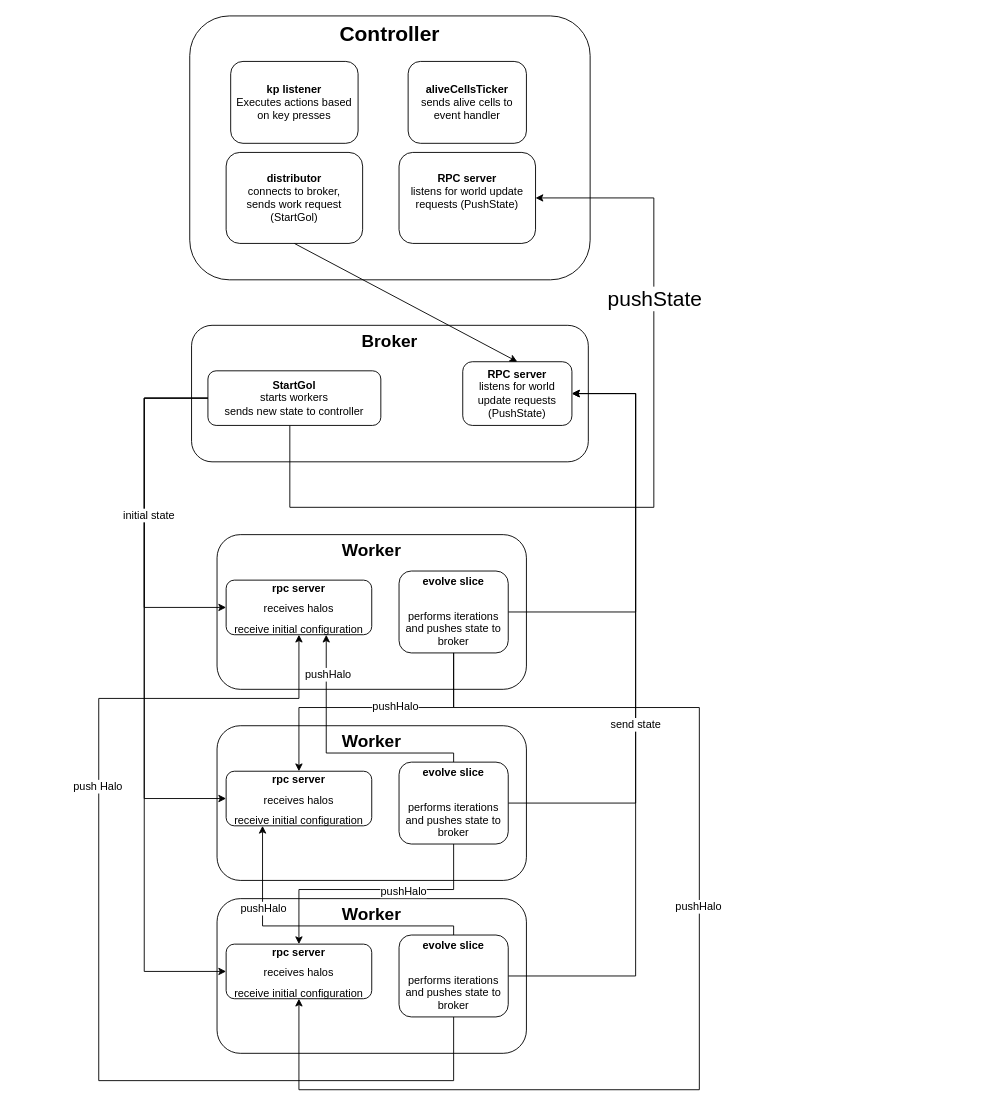
The draw.io diagram flowcharts/uml/distributed-uml.drawio in ferdinandhubbard981/GameOfLife-Distributed, before the edit. Source tidied: cells renumbered, new cells numbered last; positions are measured from the earlier drawing's top-left corner, leaving out a move shared by most shapes. Both pictures are drawn from the tidied source at 91%, with x=0, y=0 at pixel (98, 15).
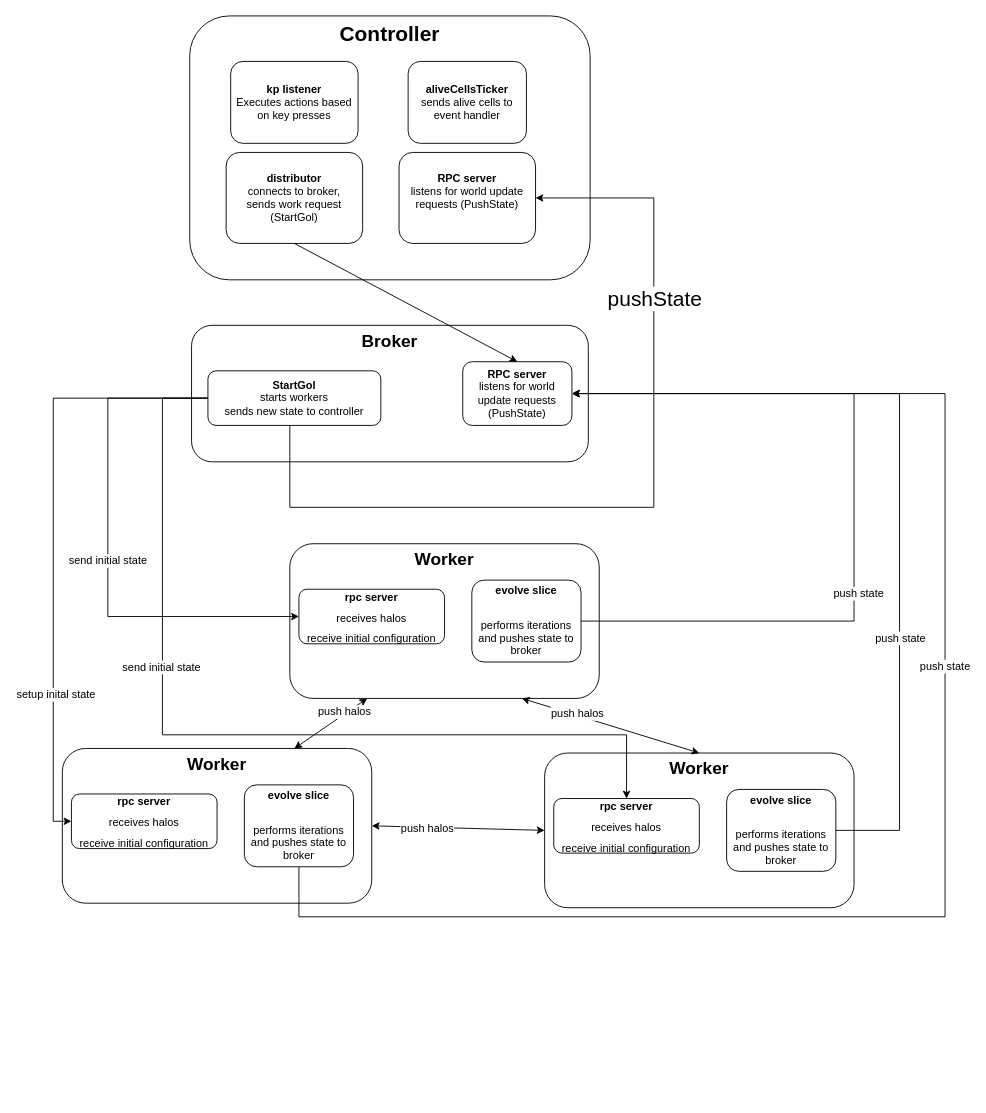
Above is the later version.

Unchanged cells that the change refers to:
```xml
<mxCell id="8" value="&lt;div&gt;&lt;b&gt;RPC server&lt;br&gt;&lt;/b&gt;&lt;/div&gt;&lt;div&gt;listens for world update requests (PushState)&lt;/div&gt;" style="rounded=1;whiteSpace=wrap;html=1;" parent="1" vertex="1">
  <mxGeometry x="400" y="380" width="120" height="70" as="geometry" />
</mxCell>
<mxCell id="11" value="&lt;div&gt;&lt;b&gt;StartGol&lt;br&gt;&lt;/b&gt;&lt;/div&gt;&lt;div&gt;starts workers&lt;/div&gt;&lt;div&gt;sends new state to controller&lt;br&gt;&lt;/div&gt;" style="rounded=1;whiteSpace=wrap;html=1;" parent="1" vertex="1">
  <mxGeometry x="120" y="390" width="190" height="60" as="geometry" />
</mxCell>
```

What changed in the source:
```diff
@@
     <mxCell id="13" value="Worker" style="rounded=1;whiteSpace=wrap;html=1;fontSize=19;verticalAlign=top;fontStyle=1;" parent="1" vertex="1">
-      <mxGeometry x="130" y="570" width="340" height="170" as="geometry" />
+      <mxGeometry x="210" y="580" width="340" height="170" as="geometry" />
     </mxCell>
     <mxCell id="14" value="&lt;div&gt;&lt;font style=&quot;font-size: 12px;&quot;&gt;&lt;b&gt;rpc server&lt;/b&gt;&lt;/font&gt;&lt;/div&gt;&lt;div&gt;&lt;font style=&quot;font-size: 12px;&quot;&gt;receives halos&lt;/font&gt;&lt;/div&gt;&lt;div&gt;&lt;font style=&quot;font-size: 12px;&quot;&gt;receive initial configuration&lt;br&gt;&lt;/font&gt;&lt;/div&gt;" style="rounded=1;whiteSpace=wrap;html=1;fontSize=19;" parent="1" vertex="1">
-      <mxGeometry x="140" y="620" width="160" height="60" as="geometry" />
+      <mxGeometry x="220" y="630" width="160" height="60" as="geometry" />
     </mxCell>
     <mxCell id="15" style="edgeStyle=orthogonalEdgeStyle;rounded=0;jettySize=auto;html=1;entryX=1;entryY=0.5;entryDx=0;entryDy=0;fontSize=12;" parent="1" edge="1" source="16" target="8">
       <mxGeometry relative="1" as="geometry">
         <Array as="points">
-          <mxPoint x="590" y="655" />
-          <mxPoint x="590" y="415" />
+          <mxPoint x="830" y="665" />
+          <mxPoint x="830" y="415" />
         </Array>
       </mxGeometry>
     </mxCell>
+    <mxCell id="42" value="push state" style="edgeLabel;html=1;align=center;verticalAlign=middle;fontSize=12;" parent="15" vertex="1">
+      <mxGeometry x="-0.23" y="-4" relative="1" as="geometry" />
+    </mxCell>
     <mxCell id="16" value="&lt;div style=&quot;font-size: 12px;&quot;&gt;&lt;b&gt;evolve slice&lt;/b&gt;&lt;/div&gt;&lt;div&gt;&lt;br&gt;&lt;/div&gt;&lt;div style=&quot;font-size: 12px;&quot;&gt;performs iterations and pushes state to broker&lt;br&gt;&lt;/div&gt;" style="rounded=1;whiteSpace=wrap;html=1;fontSize=19;" parent="1" vertex="1">
-      <mxGeometry x="330" y="610" width="120" height="90" as="geometry" />
+      <mxGeometry x="410" y="620" width="120" height="90" as="geometry" />
     </mxCell>
     <mxCell id="17" value="Worker" style="rounded=1;whiteSpace=wrap;html=1;fontSize=19;verticalAlign=top;fontStyle=1;" parent="1" vertex="1">
-      <mxGeometry x="130" y="780" width="340" height="170" as="geometry" />
+      <mxGeometry x="490" y="810" width="340" height="170" as="geometry" />
     </mxCell>
     <mxCell id="18" value="&lt;div&gt;&lt;font style=&quot;font-size: 12px;&quot;&gt;&lt;b&gt;rpc server&lt;/b&gt;&lt;/font&gt;&lt;/div&gt;&lt;div&gt;&lt;font style=&quot;font-size: 12px;&quot;&gt;receives halos&lt;/font&gt;&lt;/div&gt;&lt;div&gt;&lt;font style=&quot;font-size: 12px;&quot;&gt;receive initial configuration&lt;br&gt;&lt;/font&gt;&lt;/div&gt;" style="rounded=1;whiteSpace=wrap;html=1;fontSize=19;" parent="1" vertex="1">
-      <mxGeometry x="140" y="830" width="160" height="60" as="geometry" />
+      <mxGeometry x="500" y="860" width="160" height="60" as="geometry" />
     </mxCell>
     <mxCell id="19" style="edgeStyle=orthogonalEdgeStyle;rounded=0;jettySize=auto;html=1;entryX=1;entryY=0.5;entryDx=0;entryDy=0;fontSize=12;" parent="1" edge="1" source="22" target="8">
       <mxGeometry relative="1" as="geometry">
         <Array as="points">
-          <mxPoint x="590" y="865" />
-          <mxPoint x="590" y="415" />
+          <mxPoint x="880" y="895" />
+          <mxPoint x="880" y="415" />
         </Array>
       </mxGeometry>
     </mxCell>
-    <mxCell id="20" style="edgeStyle=orthogonalEdgeStyle;rounded=0;jettySize=auto;html=1;fontSize=12;" parent="1" edge="1" source="22">
-      <mxGeometry relative="1" as="geometry">
-        <mxPoint x="250" y="680" as="targetPoint" />
-        <Array as="points">
-          <mxPoint x="390" y="810" />
-          <mxPoint x="250" y="810" />
-          <mxPoint x="250" y="680" />
-        </Array>
-      </mxGeometry>
-    </mxCell>
-    <mxCell id="21" value="pushHalo" style="edgeLabel;html=1;align=center;verticalAlign=middle;fontSize=12;" parent="20" vertex="1">
-      <mxGeometry x="0.69" y="-1" relative="1" as="geometry" />
-    </mxCell>
+    <mxCell id="43" value="push state" style="edgeLabel;html=1;align=center;verticalAlign=middle;fontSize=12;" parent="19" vertex="1">
+      <mxGeometry x="-0.38" relative="1" as="geometry" />
+    </mxCell>
     <mxCell id="22" value="&lt;div style=&quot;font-size: 12px;&quot;&gt;&lt;b&gt;evolve slice&lt;/b&gt;&lt;/div&gt;&lt;div&gt;&lt;br&gt;&lt;/div&gt;&lt;div style=&quot;font-size: 12px;&quot;&gt;performs iterations and pushes state to broker&lt;br&gt;&lt;/div&gt;" style="rounded=1;whiteSpace=wrap;html=1;fontSize=19;" parent="1" vertex="1">
-      <mxGeometry x="330" y="820" width="120" height="90" as="geometry" />
+      <mxGeometry x="690" y="850" width="120" height="90" as="geometry" />
     </mxCell>
     <mxCell id="23" value="Worker" style="rounded=1;whiteSpace=wrap;html=1;fontSize=19;verticalAlign=top;fontStyle=1;" parent="1" vertex="1">
-      <mxGeometry x="130" y="970" width="340" height="170" as="geometry" />
+      <mxGeometry x="-40" y="805" width="340" height="170" as="geometry" />
     </mxCell>
     <mxCell id="24" value="&lt;div&gt;&lt;font style=&quot;font-size: 12px;&quot;&gt;&lt;b&gt;rpc server&lt;/b&gt;&lt;/font&gt;&lt;/div&gt;&lt;div&gt;&lt;font style=&quot;font-size: 12px;&quot;&gt;receives halos&lt;/font&gt;&lt;/div&gt;&lt;div&gt;&lt;font style=&quot;font-size: 12px;&quot;&gt;receive initial configuration&lt;br&gt;&lt;/font&gt;&lt;/div&gt;" style="rounded=1;whiteSpace=wrap;html=1;fontSize=19;" parent="1" vertex="1">
-      <mxGeometry x="140" y="1020" width="160" height="60" as="geometry" />
+      <mxGeometry x="-30" y="855" width="160" height="60" as="geometry" />
     </mxCell>
     <mxCell id="25" style="edgeStyle=orthogonalEdgeStyle;rounded=0;jettySize=auto;html=1;entryX=1;entryY=0.5;entryDx=0;entryDy=0;fontSize=12;" parent="1" edge="1" source="29" target="8">
       <mxGeometry relative="1" as="geometry">
         <Array as="points">
-          <mxPoint x="590" y="1055" />
-          <mxPoint x="590" y="415" />
+          <mxPoint x="220" y="990" />
+          <mxPoint x="930" y="990" />
+          <mxPoint x="930" y="415" />
         </Array>
       </mxGeometry>
     </mxCell>
-    <mxCell id="26" value="send state" style="edgeLabel;html=1;align=center;verticalAlign=middle;fontSize=12;" parent="25" vertex="1">
-      <mxGeometry x="-0.02" y="1" relative="1" as="geometry" />
-    </mxCell>
-    <mxCell id="27" style="edgeStyle=orthogonalEdgeStyle;rounded=0;jettySize=auto;html=1;entryX=0.5;entryY=1;entryDx=0;entryDy=0;fontSize=12;" parent="1" edge="1" source="29" target="14">
-      <mxGeometry relative="1" as="geometry">
-        <Array as="points">
-          <mxPoint x="390" y="1170" />
-          <mxPoint y="1170" />
-          <mxPoint y="750" />
-          <mxPoint x="220" y="750" />
-        </Array>
-      </mxGeometry>
-    </mxCell>
-    <mxCell id="28" value="push Halo" style="edgeLabel;html=1;align=center;verticalAlign=middle;fontSize=12;" parent="27" vertex="1">
-      <mxGeometry x="0.34" y="2" relative="1" as="geometry" />
-    </mxCell>
+    <mxCell id="44" value="push state" style="edgeLabel;html=1;align=center;verticalAlign=middle;fontSize=12;" parent="25" vertex="1">
+      <mxGeometry x="0.19" y="1" relative="1" as="geometry" />
+    </mxCell>
     <mxCell id="29" value="&lt;div style=&quot;font-size: 12px;&quot;&gt;&lt;b&gt;evolve slice&lt;/b&gt;&lt;/div&gt;&lt;div&gt;&lt;br&gt;&lt;/div&gt;&lt;div style=&quot;font-size: 12px;&quot;&gt;performs iterations and pushes state to broker&lt;br&gt;&lt;/div&gt;" style="rounded=1;whiteSpace=wrap;html=1;fontSize=19;" parent="1" vertex="1">
-      <mxGeometry x="330" y="1010" width="120" height="90" as="geometry" />
+      <mxGeometry x="160" y="845" width="120" height="90" as="geometry" />
     </mxCell>
+    <mxCell id="45" style="endArrow=classic;startArrow=classic;html=1;rounded=0;fontSize=12;exitX=0.75;exitY=0;exitDx=0;exitDy=0;entryX=0.25;entryY=1;entryDx=0;entryDy=0;" parent="1" edge="1" source="23" target="13">
+      <mxGeometry relative="1" as="geometry" />
+    </mxCell>
+    <mxCell id="46" value="push halos" style="edgeLabel;html=1;align=center;verticalAlign=middle;fontSize=12;" parent="45" vertex="1">
+      <mxGeometry x="0.4" y="3" relative="1" as="geometry" />
+    </mxCell>
+    <mxCell id="47" style="endArrow=classic;startArrow=classic;html=1;rounded=0;fontSize=12;entryX=0.5;entryY=0;entryDx=0;entryDy=0;exitX=0.75;exitY=1;exitDx=0;exitDy=0;" parent="1" edge="1" source="13" target="17">
+      <mxGeometry relative="1" as="geometry" />
+    </mxCell>
+    <mxCell id="48" value="push halos" style="edgeLabel;html=1;align=center;verticalAlign=middle;fontSize=12;" parent="47" vertex="1">
+      <mxGeometry x="-0.38" y="2" relative="1" as="geometry" />
+    </mxCell>
+    <mxCell id="49" style="endArrow=classic;startArrow=classic;html=1;rounded=0;fontSize=12;exitX=1;exitY=0.5;exitDx=0;exitDy=0;entryX=0;entryY=0.5;entryDx=0;entryDy=0;" parent="1" edge="1" source="23" target="17">
+      <mxGeometry relative="1" as="geometry" />
+    </mxCell>
+    <mxCell id="50" value="push halos" style="edgeLabel;html=1;align=center;verticalAlign=middle;fontSize=12;" parent="49" vertex="1">
+      <mxGeometry x="-0.36" y="-1" relative="1" as="geometry" />
+    </mxCell>
+    <mxCell id="31" style="edgeStyle=orthogonalEdgeStyle;rounded=0;jettySize=auto;html=1;entryX=0;entryY=0.5;entryDx=0;entryDy=0;fontSize=12;" parent="1" edge="1" source="11" target="14">
+      <mxGeometry relative="1" as="geometry">
+        <Array as="points">
+          <mxPoint x="10" y="420" />
+          <mxPoint x="10" y="660" />
+        </Array>
+      </mxGeometry>
+    </mxCell>
+    <mxCell id="51" value="send initial state" style="edgeLabel;html=1;align=center;verticalAlign=middle;fontSize=12;" parent="31" vertex="1">
+      <mxGeometry x="0.03" y="-1" relative="1" as="geometry" />
+    </mxCell>
+    <mxCell id="32" style="edgeStyle=orthogonalEdgeStyle;rounded=0;jettySize=auto;html=1;entryX=0;entryY=0.5;entryDx=0;entryDy=0;fontSize=12;" parent="1" edge="1" source="11" target="24">
+      <mxGeometry relative="1" as="geometry">
+        <Array as="points">
+          <mxPoint x="-50" y="420" />
+          <mxPoint x="-50" y="885" />
+        </Array>
+      </mxGeometry>
+    </mxCell>
+    <mxCell id="52" value="setup inital state" style="edgeLabel;html=1;align=center;verticalAlign=middle;fontSize=12;" parent="32" vertex="1">
+      <mxGeometry x="0.51" y="2" relative="1" as="geometry" />
+    </mxCell>
-    <mxCell id="30" style="edgeStyle=orthogonalEdgeStyle;rounded=0;jettySize=auto;html=1;entryX=0;entryY=0.5;entryDx=0;entryDy=0;fontSize=12;" parent="1" edge="1" source="11" target="18">
+    <mxCell id="30" style="edgeStyle=orthogonalEdgeStyle;rounded=0;jettySize=auto;html=1;entryX=0.5;entryY=0;entryDx=0;entryDy=0;fontSize=12;" parent="1" edge="1" source="11" target="18">
       <mxGeometry relative="1" as="geometry">
         <Array as="points">
-          <mxPoint x="50" y="420" />
-          <mxPoint x="50" y="860" />
+          <mxPoint x="70" y="420" />
+          <mxPoint x="70" y="790" />
+          <mxPoint x="580" y="790" />
         </Array>
       </mxGeometry>
     </mxCell>
-    <mxCell id="31" style="edgeStyle=orthogonalEdgeStyle;rounded=0;jettySize=auto;html=1;entryX=0;entryY=0.5;entryDx=0;entryDy=0;fontSize=12;" parent="1" edge="1" source="11" target="14">
-      <mxGeometry relative="1" as="geometry">
-        <Array as="points">
-          <mxPoint x="50" y="420" />
-          <mxPoint x="50" y="650" />
-        </Array>
-      </mxGeometry>
-    </mxCell>
-    <mxCell id="32" style="edgeStyle=orthogonalEdgeStyle;rounded=0;jettySize=auto;html=1;entryX=0;entryY=0.5;entryDx=0;entryDy=0;fontSize=12;" parent="1" edge="1" source="11" target="24">
-      <mxGeometry relative="1" as="geometry">
-        <Array as="points">
-          <mxPoint x="50" y="420" />
-          <mxPoint x="50" y="1050" />
-        </Array>
-      </mxGeometry>
-    </mxCell>
-    <mxCell id="33" value="&lt;div&gt;initial state&lt;/div&gt;" style="edgeLabel;html=1;align=center;verticalAlign=middle;fontSize=12;" parent="32" vertex="1">
-      <mxGeometry x="-0.5" y="4" relative="1" as="geometry" />
-    </mxCell>
-    <mxCell id="34" style="edgeStyle=orthogonalEdgeStyle;rounded=0;jettySize=auto;html=1;entryX=0.5;entryY=0;entryDx=0;entryDy=0;fontSize=12;" parent="1" edge="1" source="16" target="18">
-      <mxGeometry relative="1" as="geometry">
-        <Array as="points">
-          <mxPoint x="390" y="760" />
-          <mxPoint x="220" y="760" />
-        </Array>
-      </mxGeometry>
-    </mxCell>
-    <mxCell id="35" value="&lt;div&gt;pushHalo&lt;/div&gt;" style="edgeLabel;html=1;align=center;verticalAlign=middle;fontSize=12;" parent="34" vertex="1">
-      <mxGeometry x="-0.17" y="-2" relative="1" as="geometry" />
-    </mxCell>
-    <mxCell id="36" style="edgeStyle=orthogonalEdgeStyle;rounded=0;jettySize=auto;html=1;entryX=0.5;entryY=0;entryDx=0;entryDy=0;fontSize=12;" parent="1" edge="1" source="22" target="24">
-      <mxGeometry relative="1" as="geometry">
-        <Array as="points">
-          <mxPoint x="390" y="960" />
-          <mxPoint x="220" y="960" />
-        </Array>
-      </mxGeometry>
-    </mxCell>
-    <mxCell id="37" value="pushHalo" style="edgeLabel;html=1;align=center;verticalAlign=middle;fontSize=12;" parent="36" vertex="1">
-      <mxGeometry x="-0.24" y="1" relative="1" as="geometry" />
-    </mxCell>
-    <mxCell id="38" style="edgeStyle=orthogonalEdgeStyle;rounded=0;jettySize=auto;html=1;entryX=0.25;entryY=1;entryDx=0;entryDy=0;fontSize=12;" parent="1" edge="1" source="29" target="18">
-      <mxGeometry relative="1" as="geometry">
-        <Array as="points">
-          <mxPoint x="390" y="1000" />
-          <mxPoint x="180" y="1000" />
-        </Array>
-      </mxGeometry>
-    </mxCell>
-    <mxCell id="39" value="pushHalo" style="edgeLabel;html=1;align=center;verticalAlign=middle;fontSize=12;" parent="38" vertex="1">
-      <mxGeometry x="0.27" y="-2" relative="1" as="geometry">
-        <mxPoint x="-10" y="-18" as="offset" />
-      </mxGeometry>
-    </mxCell>
-    <mxCell id="40" style="edgeStyle=orthogonalEdgeStyle;rounded=0;jettySize=auto;html=1;entryX=0.5;entryY=1;entryDx=0;entryDy=0;fontSize=12;" parent="1" edge="1" source="16" target="24">
-      <mxGeometry relative="1" as="geometry">
-        <Array as="points">
-          <mxPoint x="390" y="760" />
-          <mxPoint x="660" y="760" />
-          <mxPoint x="660" y="1180" />
-          <mxPoint x="220" y="1180" />
-        </Array>
-      </mxGeometry>
-    </mxCell>
-    <mxCell id="41" value="pushHalo" style="edgeLabel;html=1;align=center;verticalAlign=middle;fontSize=12;" parent="40" vertex="1">
-      <mxGeometry x="-0.15" y="-2" relative="1" as="geometry" />
-    </mxCell>
+    <mxCell id="53" value="send initial state" style="edgeLabel;html=1;align=center;verticalAlign=middle;fontSize=12;" parent="30" vertex="1">
+      <mxGeometry x="-0.31" y="-2" relative="1" as="geometry" />
+    </mxCell>
```
